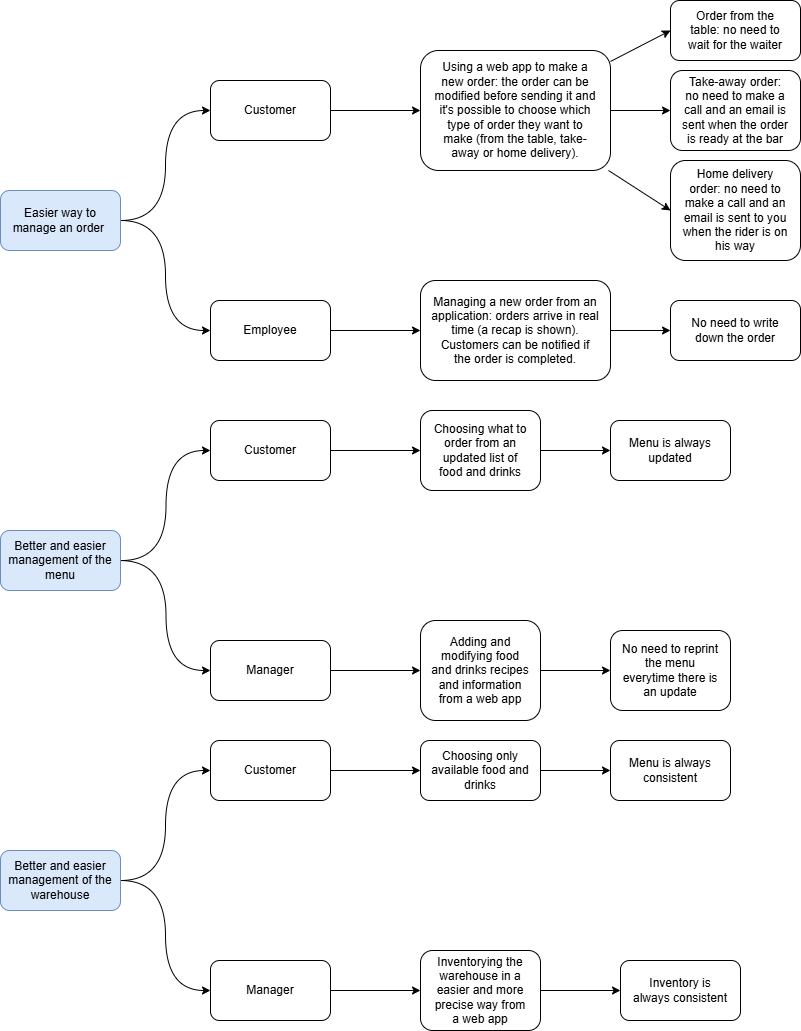
This is docs/resources/images/Impact Map.png from DistributedCafe/DistributedCafeProject, a draw.io export, as it was before one commit. Source tidied: cells renumbered, new cells last; positions are measured from the earlier drawing's top-left corner, leaving out a move shared by most shapes.
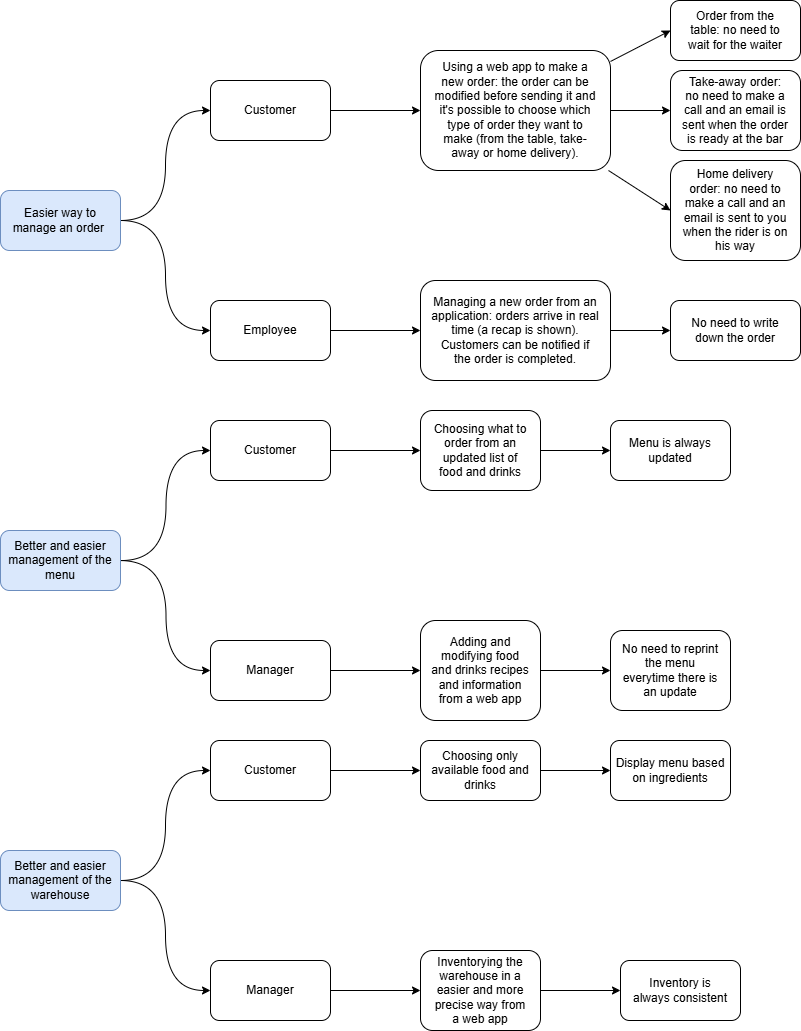
After the commit.

What changed in the source:
```diff
@@ -132,7 +132,7 @@
     <mxCell id="43" value="Inventory is always consistent" style="rounded=1;whiteSpace=wrap;html=1;spacingLeft=10;spacingRight=10;" parent="1" vertex="1">
       <mxGeometry x="620" y="960" width="120" height="60" as="geometry" />
     </mxCell>
-    <mxCell id="44" value="Menu is always consistent" style="rounded=1;whiteSpace=wrap;html=1;" parent="1" vertex="1">
+    <mxCell id="44" value="Display menu based on ingredients" style="rounded=1;whiteSpace=wrap;html=1;" parent="1" vertex="1">
       <mxGeometry x="610" y="740" width="120" height="60" as="geometry" />
     </mxCell>
   </root>
```
